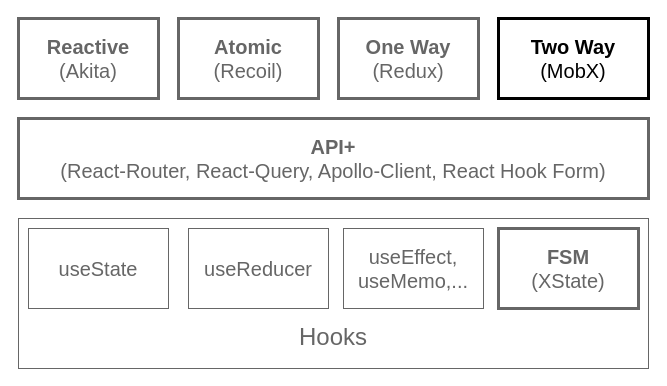
This is page "figure8" (6 of 12) of diagrams.dio from jherr/which-react-state-manager, a draw.io file, before an edit. Source tidied: cells renumbered, new cells numbered last; positions are measured from the earlier drawing's top-left corner, leaving out a move shared by most shapes. Both pictures are drawn from the tidied source at 100%, with x=0, y=0 at pixel (18, 18).
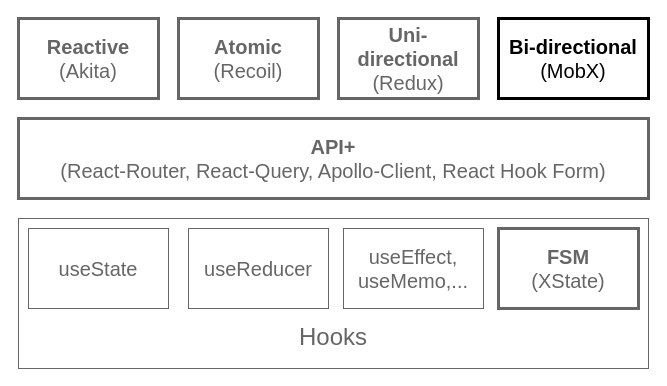
Above is the later version.

The edit, as a diff of the source:
```diff
@@
 <mxGraphModel>
   <root>
     <mxCell id="0" />
     <mxCell id="1" parent="0" />
     <mxCell id="2" value="Hooks" style="rounded=0;whiteSpace=wrap;html=1;verticalAlign=bottom;spacingBottom=14;fontSize=24;fontColor=#666666;strokeColor=#666666;" parent="1" vertex="1">
       <mxGeometry y="200" width="630" height="150" as="geometry" />
     </mxCell>
     <mxCell id="3" value="useState" style="rounded=0;whiteSpace=wrap;html=1;fontSize=20;verticalAlign=middle;fontColor=#666666;strokeColor=#666666;" parent="1" vertex="1">
       <mxGeometry x="10" y="210" width="140" height="80" as="geometry" />
     </mxCell>
     <mxCell id="4" value="useReducer" style="rounded=0;whiteSpace=wrap;html=1;fontSize=20;verticalAlign=middle;fontColor=#666666;strokeColor=#666666;" parent="1" vertex="1">
       <mxGeometry x="170" y="210" width="140" height="80" as="geometry" />
     </mxCell>
     <mxCell id="5" value="useEffect, useMemo,..." style="rounded=0;whiteSpace=wrap;html=1;fontSize=20;verticalAlign=middle;fontColor=#666666;strokeColor=#666666;" parent="1" vertex="1">
       <mxGeometry x="325" y="210" width="140" height="80" as="geometry" />
     </mxCell>
     <mxCell id="6" value="&lt;b&gt;FSM&lt;/b&gt;&lt;br&gt;(XState)" style="rounded=0;whiteSpace=wrap;html=1;fontSize=20;verticalAlign=middle;strokeWidth=3;strokeColor=#666666;fontColor=#666666;" parent="1" vertex="1">
       <mxGeometry x="480" y="210" width="140" height="80" as="geometry" />
     </mxCell>
     <mxCell id="7" value="&lt;b&gt;API+&lt;/b&gt;&lt;br&gt;(React-Router, React-Query, Apollo-Client, React Hook Form)" style="rounded=0;whiteSpace=wrap;html=1;fontSize=20;verticalAlign=middle;strokeWidth=3;fontColor=#666666;strokeColor=#666666;" parent="1" vertex="1">
       <mxGeometry y="100" width="630" height="80" as="geometry" />
     </mxCell>
     <mxCell id="8" value="&lt;b&gt;Reactive&lt;/b&gt;&lt;br&gt;(Akita)" style="rounded=0;whiteSpace=wrap;html=1;fontSize=20;verticalAlign=middle;strokeWidth=3;strokeColor=#666666;fontColor=#666666;" parent="1" vertex="1">
       <mxGeometry width="140" height="80" as="geometry" />
     </mxCell>
     <mxCell id="9" value="&lt;b&gt;Atomic&lt;/b&gt;&lt;br&gt;(Recoil)" style="rounded=0;whiteSpace=wrap;html=1;fontSize=20;verticalAlign=middle;strokeWidth=3;fontColor=#666666;strokeColor=#666666;" parent="1" vertex="1">
       <mxGeometry x="160" width="140" height="80" as="geometry" />
     </mxCell>
-    <mxCell id="10" value="&lt;b&gt;One Way&lt;/b&gt;&lt;br&gt;(Redux)" style="rounded=0;whiteSpace=wrap;html=1;fontSize=20;verticalAlign=middle;strokeWidth=3;strokeColor=#666666;fontColor=#666666;" parent="1" vertex="1">
+    <mxCell id="10" value="&lt;b&gt;Uni-directional&lt;/b&gt;&lt;br&gt;(Redux)" style="rounded=0;whiteSpace=wrap;html=1;fontSize=20;verticalAlign=middle;strokeWidth=3;strokeColor=#666666;fontColor=#666666;" parent="1" vertex="1">
       <mxGeometry x="320" width="140" height="80" as="geometry" />
     </mxCell>
-    <mxCell id="11" value="&lt;b&gt;Two Way&lt;/b&gt;&lt;br&gt;(MobX)" style="rounded=0;whiteSpace=wrap;html=1;fontSize=20;verticalAlign=middle;strokeWidth=3;" parent="1" vertex="1">
+    <mxCell id="11" value="&lt;b&gt;Bi-directional&lt;/b&gt;&lt;br&gt;(MobX)" style="rounded=0;whiteSpace=wrap;html=1;fontSize=20;verticalAlign=middle;strokeWidth=3;" parent="1" vertex="1">
       <mxGeometry x="480" width="150" height="80" as="geometry" />
     </mxCell>
   </root>
 </mxGraphModel>
```
